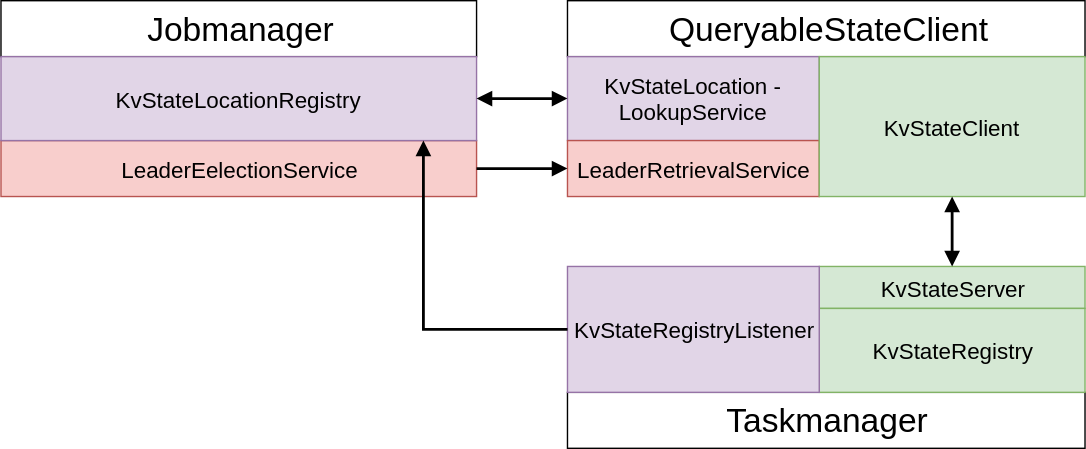
Above: qb-talk/img/queryable-state/QueryableStateFlow.svg in knaufk/queryable-billing (draw.io), before the change. Source tidied: cells renumbered, new cells last; positions are measured from the earlier drawing's top-left corner, leaving out a move shared by most shapes.
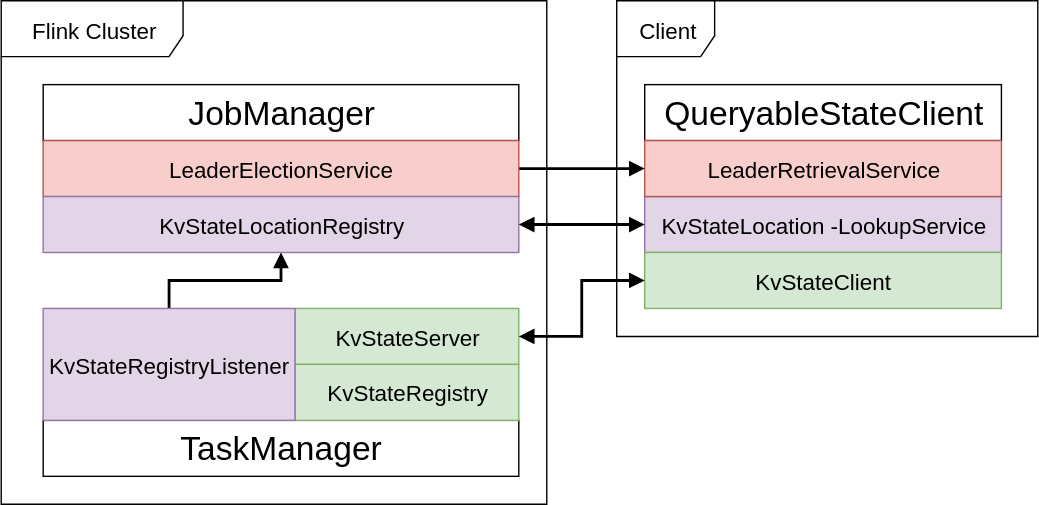
The same diagram one commit later.

Commit message:
Update Flink queryable state implementation diagram

The edit, as a diff of the source:
```diff
@@ -3,56 +3,55 @@
     <mxCell id="0" />
     <mxCell id="1" parent="0" />
     <mxCell id="2" value="&lt;font style=&quot;font-size: 24px&quot;&gt;QueryableStateClient&lt;/font&gt;" style="whiteSpace=wrap;html=1;fontSize=18;" parent="1" vertex="1">
-      <mxGeometry x="405" width="370" height="40" as="geometry" />
+      <mxGeometry x="460" y="50" width="255" height="40" as="geometry" />
     </mxCell>
     <mxCell id="3" value="&lt;div&gt;&lt;span&gt;KvStateLocation -&lt;/span&gt;&lt;span&gt;LookupService&lt;/span&gt;&lt;br&gt;&lt;/div&gt;" style="whiteSpace=wrap;html=1;fillColor=#e1d5e7;strokeColor=#9673a6;fontSize=16;" parent="1" vertex="1">
-      <mxGeometry x="405" y="40" width="180" height="60" as="geometry" />
+      <mxGeometry x="460" y="130" width="255" height="40" as="geometry" />
     </mxCell>
     <mxCell id="4" value="LeaderRetrievalService" style="whiteSpace=wrap;html=1;fillColor=#f8cecc;strokeColor=#b85450;fontSize=16;" parent="1" vertex="1">
-      <mxGeometry x="405" y="100" width="180" height="40" as="geometry" />
+      <mxGeometry x="460" y="90" width="255" height="40" as="geometry" />
     </mxCell>
-    <mxCell id="5" value="&lt;font style=&quot;font-size: 24px&quot;&gt;Jobmanager&lt;/font&gt;" style="whiteSpace=wrap;html=1;fillColor=#ffffff;strokeColor=#000000;fontSize=18;" parent="1" vertex="1">
-      <mxGeometry width="340" height="40" as="geometry" />
+    <mxCell id="5" value="&lt;font style=&quot;font-size: 24px&quot;&gt;JobManager&lt;/font&gt;" style="whiteSpace=wrap;html=1;fillColor=#ffffff;strokeColor=#000000;fontSize=18;" parent="1" vertex="1">
+      <mxGeometry x="30" y="50" width="340" height="40" as="geometry" />
     </mxCell>
+    <mxCell id="17" style="edgeStyle=orthogonalEdgeStyle;curved=1;rounded=0;html=1;exitX=1;exitY=0.5;entryX=0;entryY=0.5;labelBackgroundColor=none;endArrow=block;endFill=1;jettySize=auto;strokeWidth=2;" parent="1" edge="1" source="6" target="4">
+      <mxGeometry relative="1" as="geometry" />
+    </mxCell>
-    <mxCell id="6" value="LeaderEelectionService" style="whiteSpace=wrap;html=1;fillColor=#f8cecc;strokeColor=#b85450;fontSize=16;" parent="1" vertex="1">
-      <mxGeometry y="100" width="340" height="40" as="geometry" />
+    <mxCell id="6" value="LeaderElectionService" style="whiteSpace=wrap;html=1;fillColor=#f8cecc;strokeColor=#b85450;fontSize=16;" parent="1" vertex="1">
+      <mxGeometry x="30" y="90" width="340" height="40" as="geometry" />
     </mxCell>
-    <mxCell id="7" style="endArrow=block;html=1;entryX=0;entryY=0.5;strokeWidth=2;endFill=1;" parent="1" edge="1" target="4">
-      <mxGeometry relative="1" as="geometry">
-        <mxPoint x="340" y="120" as="sourcePoint" />
-      </mxGeometry>
-    </mxCell>
     <mxCell id="8" value="&lt;div&gt;KvStateClient&lt;/div&gt;" style="whiteSpace=wrap;html=1;fillColor=#d5e8d4;strokeColor=#82B366;fontSize=16;" parent="1" vertex="1">
-      <mxGeometry x="585" y="40" width="190" height="100" as="geometry" />
+      <mxGeometry x="460" y="170" width="255" height="40" as="geometry" />
     </mxCell>
-    <mxCell id="9" value="&lt;div&gt;&lt;font style=&quot;font-size: 24px&quot;&gt;Taskmanager&lt;/font&gt;&lt;br&gt;&lt;/div&gt;" style="whiteSpace=wrap;html=1;fillColor=#ffffff;strokeColor=#000000;fontSize=18;" parent="1" vertex="1">
-      <mxGeometry x="405" y="280" width="370" height="40" as="geometry" />
+    <mxCell id="9" value="&lt;div&gt;&lt;font style=&quot;font-size: 24px&quot;&gt;TaskManager&lt;/font&gt;&lt;br&gt;&lt;/div&gt;" style="whiteSpace=wrap;html=1;fillColor=#ffffff;strokeColor=#000000;fontSize=18;" parent="1" vertex="1">
+      <mxGeometry x="30" y="290" width="340" height="40" as="geometry" />
     </mxCell>
     <mxCell id="10" value="&lt;font style=&quot;font-size: 16px&quot;&gt;KvStateServer&lt;/font&gt;" style="whiteSpace=wrap;html=1;fillColor=#d5e8d4;strokeColor=#82b366;" parent="1" vertex="1">
-      <mxGeometry x="585" y="190" width="190" height="30" as="geometry" />
+      <mxGeometry x="210" y="210" width="160" height="40" as="geometry" />
     </mxCell>
     <mxCell id="11" value="KvStateRegistry" style="whiteSpace=wrap;html=1;fillColor=#d5e8d4;strokeColor=#82b366;fontSize=16;" parent="1" vertex="1">
-      <mxGeometry x="585" y="220" width="190" height="60" as="geometry" />
+      <mxGeometry x="210" y="250" width="160" height="40" as="geometry" />
     </mxCell>
     <mxCell id="12" value="KvStateLocationRegistry" style="whiteSpace=wrap;html=1;fillColor=#e1d5e7;strokeColor=#9673a6;fontSize=16;" parent="1" vertex="1">
-      <mxGeometry y="40" width="340" height="60" as="geometry" />
+      <mxGeometry x="30" y="130" width="340" height="40" as="geometry" />
     </mxCell>
+    <mxCell id="18" style="edgeStyle=orthogonalEdgeStyle;rounded=0;html=1;exitX=0.5;exitY=0;entryX=0.5;entryY=1;labelBackgroundColor=none;endArrow=block;endFill=1;jettySize=auto;strokeWidth=2;" parent="1" edge="1" source="13" target="12">
+      <mxGeometry relative="1" as="geometry" />
+    </mxCell>
     <mxCell id="13" value="&lt;pre&gt;&lt;font style=&quot;font-size: 16px&quot; face=&quot;Helvetica&quot;&gt;KvStateRegistryListener&lt;/font&gt;&lt;/pre&gt;" style="whiteSpace=wrap;html=1;fillColor=#e1d5e7;strokeColor=#9673a6;" parent="1" vertex="1">
-      <mxGeometry x="405" y="190" width="180" height="90" as="geometry" />
+      <mxGeometry x="30" y="210" width="180" height="80" as="geometry" />
     </mxCell>
-    <mxCell id="14" style="endArrow=block;html=1;exitX=0;exitY=0.5;strokeWidth=2;rounded=0;endFill=1;" parent="1" edge="1" source="13">
-      <mxGeometry relative="1" as="geometry">
-        <mxPoint x="302" y="100" as="targetPoint" />
-        <Array as="points">
-          <mxPoint x="302" y="235" />
-        </Array>
-      </mxGeometry>
-    </mxCell>
     <mxCell id="15" style="endArrow=block;startArrow=block;html=1;strokeColor=#000000;strokeWidth=2;fontSize=16;fontColor=#000000;entryX=0;entryY=0.5;startFill=1;endFill=1;" parent="1" edge="1" source="12" target="3">
       <mxGeometry relative="1" as="geometry" />
     </mxCell>
-    <mxCell id="16" style="endArrow=block;startArrow=block;html=1;strokeColor=#000000;strokeWidth=2;fontSize=16;fontColor=#000000;entryX=0.5;entryY=1;exitX=0.5;exitY=0;endFill=1;startFill=1;" parent="1" edge="1" source="10" target="8">
+    <mxCell id="16" style="endArrow=block;startArrow=block;html=1;strokeColor=#000000;strokeWidth=2;fontSize=16;fontColor=#000000;entryX=0;entryY=0.5;exitX=1;exitY=0.5;endFill=1;startFill=1;edgeStyle=orthogonalEdgeStyle;rounded=0;" parent="1" edge="1" source="10" target="8">
       <mxGeometry relative="1" as="geometry" />
     </mxCell>
+    <mxCell id="19" value="&lt;font style=&quot;font-size: 16px&quot;&gt;Flink Cluster&lt;/font&gt;" style="shape=umlFrame;whiteSpace=wrap;html=1;width=130;height=40;" parent="1" vertex="1">
+      <mxGeometry y="-10" width="390" height="360" as="geometry" />
+    </mxCell>
+    <mxCell id="20" value="&lt;font style=&quot;font-size: 16px&quot;&gt;Client&lt;/font&gt;" style="shape=umlFrame;whiteSpace=wrap;html=1;width=70;height=40;" parent="1" vertex="1">
+      <mxGeometry x="440" y="-10" width="301" height="240" as="geometry" />
+    </mxCell>
   </root>
 </mxGraphModel>
```
